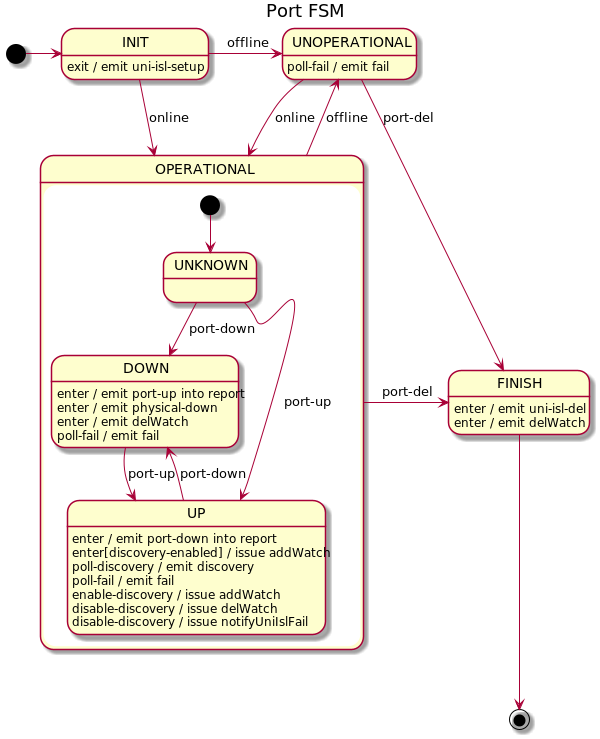
Above: docs/design/network-discovery/port-FSM.png in telstra/open-kilda (PlantUML), before the change.
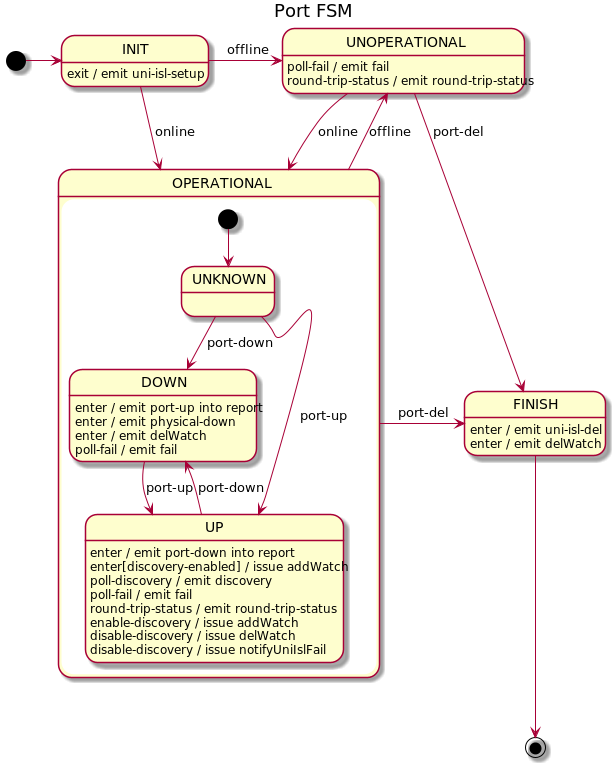
The same diagram one commit later.

What changed in the source:
```diff
@@ -24,6 +24,7 @@
     UP : enter[discovery-enabled] / issue addWatch
     UP : poll-discovery / emit discovery
     UP : poll-fail / emit fail
+    UP : round-trip-status / emit round-trip-status
     UP : enable-discovery / issue addWatch
     UP : disable-discovery / issue delWatch
     UP : disable-discovery / issue notifyUniIslFail
@@ -35,6 +36,7 @@
 UNOPERATIONAL --> OPERATIONAL : online
 UNOPERATIONAL --> FINISH : port-del
 UNOPERATIONAL : poll-fail / emit fail
+UNOPERATIONAL : round-trip-status / emit round-trip-status
 
 FINISH: enter / emit uni-isl-del
 FINISH: enter / emit delWatch
```
